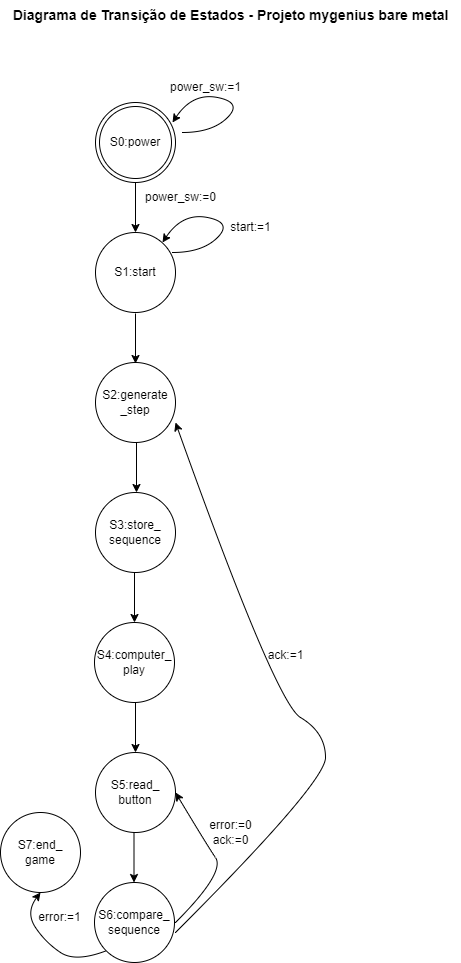
Before: dte.png, a diagram exported from draw.io (josenalde/bare-metal-mygenius). Source tidied: cells renumbered, new cells last; positions are measured from the earlier drawing's top-left corner, leaving out a move shared by most shapes.
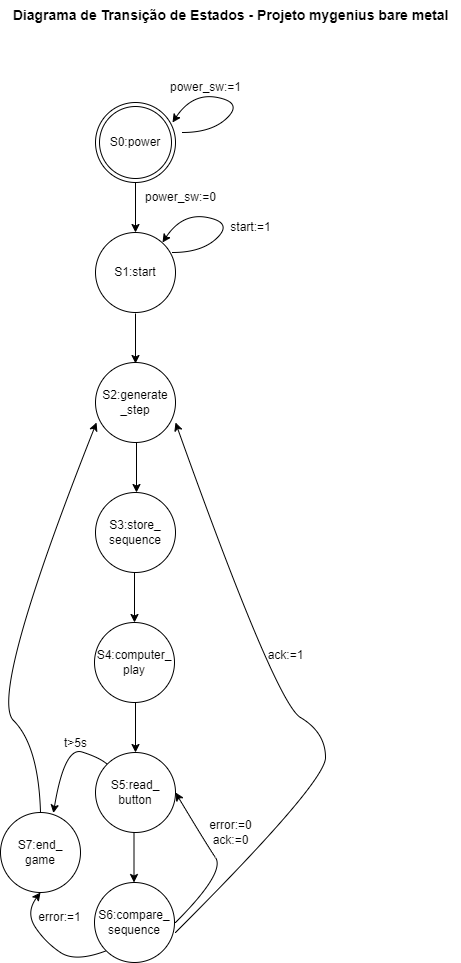
Above is the later version.

The edit, as a diff of the source:
```diff
@@ -1,4 +1,4 @@
-<mxGraphModel>
+<mxGraphModel background="#FFFFFF">
   <root>
     <mxCell id="0" />
     <mxCell id="1" parent="0" />
@@ -119,7 +119,7 @@
     <mxCell id="25" value="error:=1" style="text;html=1;align=center;verticalAlign=middle;strokeColor=none;fillColor=none;" parent="1" vertex="1">
       <mxGeometry x="24" y="902" width="70" height="30" as="geometry" />
     </mxCell>
-    <mxCell id="26" style="curved=1;endArrow=classic;html=1;entryX=1;entryY=0.75;entryDx=0;entryDy=0;entryPerimeter=0;" parent="1" edge="1" target="12">
+    <mxCell id="26" style="curved=1;endArrow=classic;html=1;entryX=1;entryY=0.75;entryDx=0;entryDy=0;entryPerimeter=0;strokeColor=#000000;" parent="1" edge="1" target="12">
       <mxGeometry relative="1" as="geometry">
         <mxPoint x="175" y="932" as="sourcePoint" />
         <Array as="points">
@@ -132,5 +132,24 @@
     <mxCell id="27" value="ack:=1" style="text;html=1;align=center;verticalAlign=middle;strokeColor=none;fillColor=none;" parent="1" vertex="1">
       <mxGeometry x="255" y="640" width="60" height="30" as="geometry" />
     </mxCell>
+    <mxCell id="28" style="curved=1;endArrow=classic;html=1;exitX=0;exitY=0;exitDx=0;exitDy=0;entryX=0.661;entryY=0.007;entryDx=0;entryDy=0;entryPerimeter=0;" parent="1" edge="1" source="17" target="21">
+      <mxGeometry relative="1" as="geometry">
+        <Array as="points">
+          <mxPoint x="99" y="757" />
+          <mxPoint x="64" y="746" />
+        </Array>
+      </mxGeometry>
+    </mxCell>
+    <mxCell id="29" value="t&amp;gt;5s" style="text;html=1;align=center;verticalAlign=middle;strokeColor=none;fillColor=none;" parent="1" vertex="1">
+      <mxGeometry x="54" y="730" width="41" height="26" as="geometry" />
+    </mxCell>
+    <mxCell id="30" style="curved=1;endArrow=classic;html=1;exitX=0.5;exitY=0;exitDx=0;exitDy=0;entryX=0.013;entryY=0.75;entryDx=0;entryDy=0;entryPerimeter=0;" parent="1" edge="1" source="21" target="12">
+      <mxGeometry relative="1" as="geometry">
+        <Array as="points">
+          <mxPoint x="38" y="745" />
+          <mxPoint x="-12" y="695" />
+        </Array>
+      </mxGeometry>
+    </mxCell>
   </root>
 </mxGraphModel>
```
